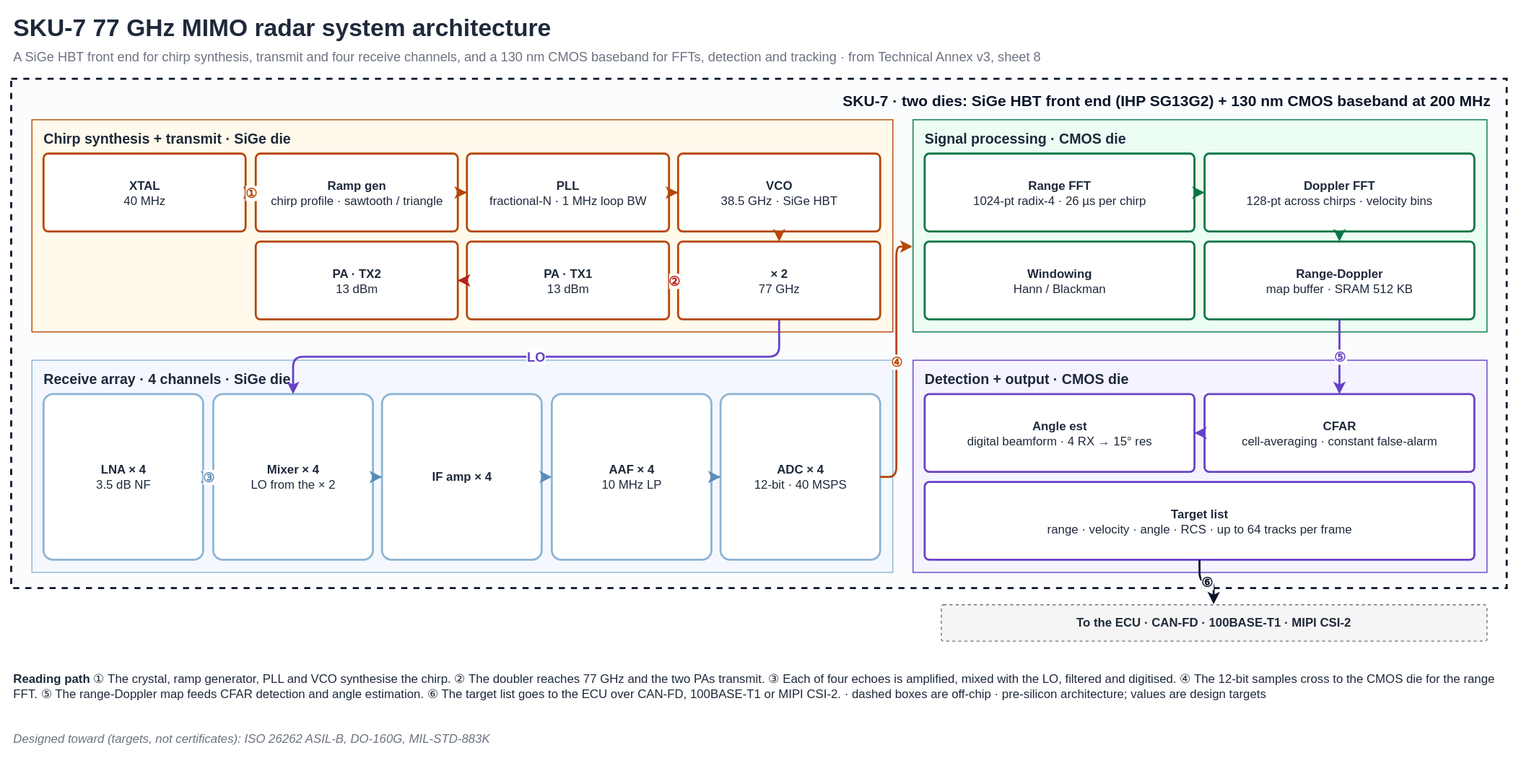
shekerkamma/deepgrid-dr-silicon-v10 keeps this draw.io diagram as public/diagrams/sku-7-architecture.svg. Above is the earlier version. Source tidied: cells renumbered, new cells last; positions are measured from the earlier drawing's top-left corner, leaving out a move shared by most shapes.
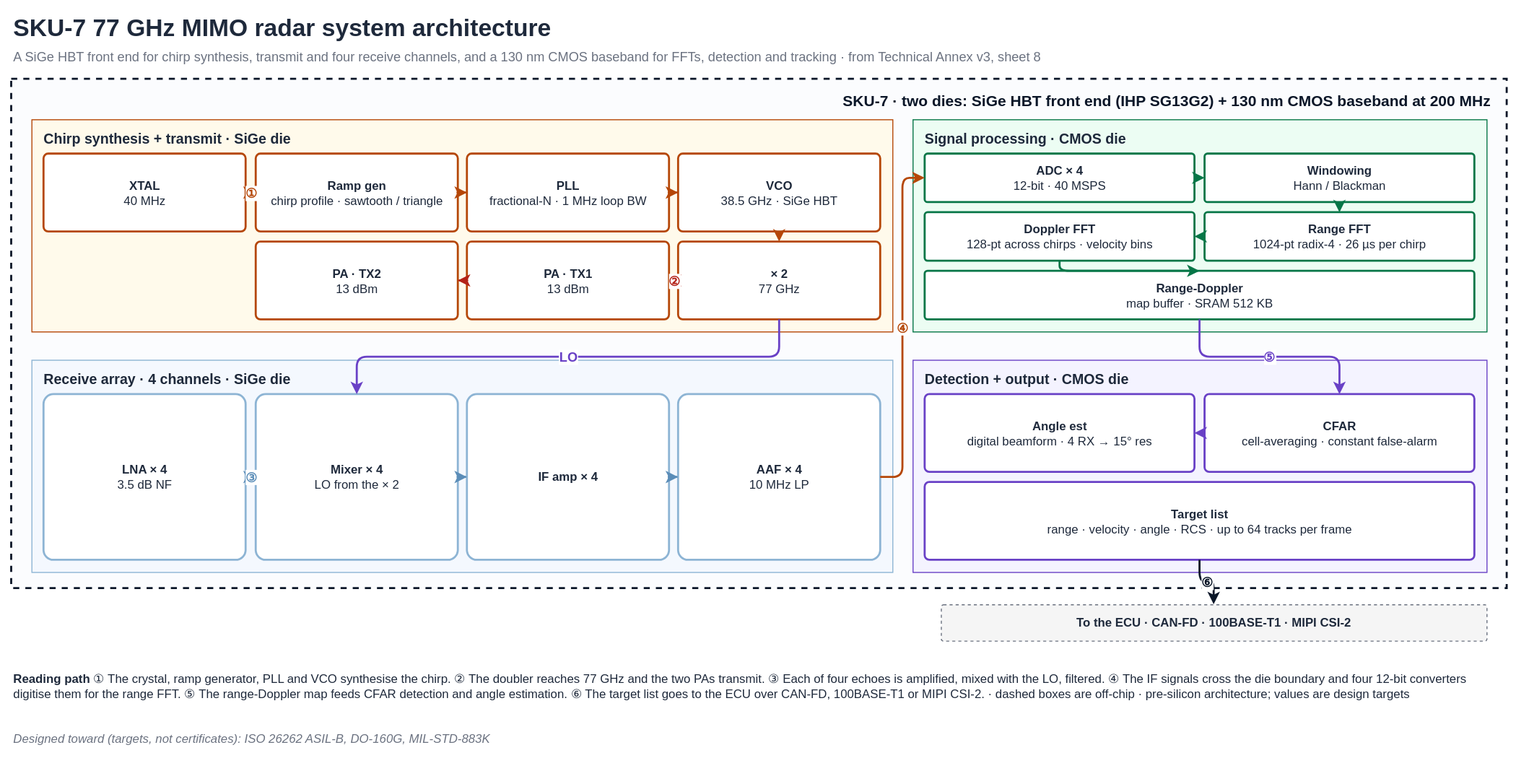
The same file after the commit.

Commit message:
fix(v6): SKU-7 converters sit on the CMOS die, as the product page states

What changed in the source:
```diff
@@ -38,35 +38,35 @@
     <mxCell id="13" value="Signal processing · CMOS die" style="rounded=0;whiteSpace=wrap;html=1;fillColor=#ECFDF3;strokeColor=#067647;verticalAlign=top;align=left;spacingLeft=10;spacingTop=4;fontSize=14;fontStyle=1;fontColor=#1E293B;" parent="1" vertex="1">
       <mxGeometry x="892" y="108" width="568" height="210" as="geometry" />
     </mxCell>
-    <mxCell id="14" value="&lt;b&gt;Range FFT&lt;/b&gt;&lt;br&gt;1024-pt radix-4 · 26 µs per chirp" style="rounded=1;whiteSpace=wrap;html=1;fillColor=#FFFFFF;strokeColor=#067647;strokeWidth=2;fontSize=12;fontColor=#1E293B;arcSize=6;" parent="1" vertex="1">
-      <mxGeometry x="904" y="142" width="267" height="77" as="geometry" />
+    <mxCell id="14" value="&lt;b&gt;ADC × 4&lt;/b&gt;&lt;br&gt;12-bit · 40 MSPS" style="rounded=1;whiteSpace=wrap;html=1;fillColor=#FFFFFF;strokeColor=#067647;strokeWidth=2;fontSize=12;fontColor=#1E293B;arcSize=6;" parent="1" vertex="1">
+      <mxGeometry x="904" y="142" width="267" height="48" as="geometry" />
     </mxCell>
-    <mxCell id="15" value="&lt;b&gt;Doppler FFT&lt;/b&gt;&lt;br&gt;128-pt across chirps · velocity bins" style="rounded=1;whiteSpace=wrap;html=1;fillColor=#FFFFFF;strokeColor=#067647;strokeWidth=2;fontSize=12;fontColor=#1E293B;arcSize=6;" parent="1" vertex="1">
-      <mxGeometry x="1181" y="142" width="267" height="77" as="geometry" />
+    <mxCell id="15" value="&lt;b&gt;Windowing&lt;/b&gt;&lt;br&gt;Hann / Blackman" style="rounded=1;whiteSpace=wrap;html=1;fillColor=#FFFFFF;strokeColor=#067647;strokeWidth=2;fontSize=12;fontColor=#1E293B;arcSize=6;" parent="1" vertex="1">
+      <mxGeometry x="1181" y="142" width="267" height="48" as="geometry" />
     </mxCell>
-    <mxCell id="16" value="&lt;b&gt;Windowing&lt;/b&gt;&lt;br&gt;Hann / Blackman" style="rounded=1;whiteSpace=wrap;html=1;fillColor=#FFFFFF;strokeColor=#067647;strokeWidth=2;fontSize=12;fontColor=#1E293B;arcSize=6;" parent="1" vertex="1">
-      <mxGeometry x="904" y="229" width="267" height="77" as="geometry" />
+    <mxCell id="16" value="&lt;b&gt;Doppler FFT&lt;/b&gt;&lt;br&gt;128-pt across chirps · velocity bins" style="rounded=1;whiteSpace=wrap;html=1;fillColor=#FFFFFF;strokeColor=#067647;strokeWidth=2;fontSize=12;fontColor=#1E293B;arcSize=6;" parent="1" vertex="1">
+      <mxGeometry x="904" y="200" width="267" height="48" as="geometry" />
     </mxCell>
-    <mxCell id="17" value="&lt;b&gt;Range-Doppler&lt;/b&gt;&lt;br&gt;map buffer · SRAM 512 KB" style="rounded=1;whiteSpace=wrap;html=1;fillColor=#FFFFFF;strokeColor=#067647;strokeWidth=2;fontSize=12;fontColor=#1E293B;arcSize=6;" parent="1" vertex="1">
-      <mxGeometry x="1181" y="229" width="267" height="77" as="geometry" />
+    <mxCell id="17" value="&lt;b&gt;Range FFT&lt;/b&gt;&lt;br&gt;1024-pt radix-4 · 26 µs per chirp" style="rounded=1;whiteSpace=wrap;html=1;fillColor=#FFFFFF;strokeColor=#067647;strokeWidth=2;fontSize=12;fontColor=#1E293B;arcSize=6;" parent="1" vertex="1">
+      <mxGeometry x="1181" y="200" width="267" height="48" as="geometry" />
     </mxCell>
-    <mxCell id="18" value="Receive array · 4 channels · SiGe die" style="rounded=0;whiteSpace=wrap;html=1;fillColor=#F4F8FE;strokeColor=#8DB4D4;verticalAlign=top;align=left;spacingLeft=10;spacingTop=4;fontSize=14;fontStyle=1;fontColor=#1E293B;" parent="1" vertex="1">
-      <mxGeometry x="20" y="346" width="852" height="210" as="geometry" />
+    <mxCell id="18" value="&lt;b&gt;Range-Doppler&lt;/b&gt;&lt;br&gt;map buffer · SRAM 512 KB" style="rounded=1;whiteSpace=wrap;html=1;fillColor=#FFFFFF;strokeColor=#067647;strokeWidth=2;fontSize=12;fontColor=#1E293B;arcSize=6;" parent="1" vertex="1">
+      <mxGeometry x="904" y="258" width="544" height="48" as="geometry" />
     </mxCell>
-    <mxCell id="19" value="&lt;b&gt;LNA × 4&lt;/b&gt;&lt;br&gt;3.5 dB NF" style="rounded=1;whiteSpace=wrap;html=1;fillColor=#FFFFFF;strokeColor=#8DB4D4;strokeWidth=2;fontSize=12;fontColor=#1E293B;arcSize=6;" parent="1" vertex="1">
-      <mxGeometry x="32" y="380" width="158" height="164" as="geometry" />
+    <mxCell id="19" value="Receive array · 4 channels · SiGe die" style="rounded=0;whiteSpace=wrap;html=1;fillColor=#F4F8FE;strokeColor=#8DB4D4;verticalAlign=top;align=left;spacingLeft=10;spacingTop=4;fontSize=14;fontStyle=1;fontColor=#1E293B;" parent="1" vertex="1">
+      <mxGeometry x="20" y="346" width="852" height="210" as="geometry" />
     </mxCell>
-    <mxCell id="20" value="&lt;b&gt;Mixer × 4&lt;/b&gt;&lt;br&gt;LO from the × 2" style="rounded=1;whiteSpace=wrap;html=1;fillColor=#FFFFFF;strokeColor=#8DB4D4;strokeWidth=2;fontSize=12;fontColor=#1E293B;arcSize=6;" parent="1" vertex="1">
-      <mxGeometry x="200" y="380" width="158" height="164" as="geometry" />
+    <mxCell id="20" value="&lt;b&gt;LNA × 4&lt;/b&gt;&lt;br&gt;3.5 dB NF" style="rounded=1;whiteSpace=wrap;html=1;fillColor=#FFFFFF;strokeColor=#8DB4D4;strokeWidth=2;fontSize=12;fontColor=#1E293B;arcSize=6;" parent="1" vertex="1">
+      <mxGeometry x="32" y="380" width="200" height="164" as="geometry" />
     </mxCell>
-    <mxCell id="21" value="&lt;b&gt;IF amp × 4&lt;/b&gt;" style="rounded=1;whiteSpace=wrap;html=1;fillColor=#FFFFFF;strokeColor=#8DB4D4;strokeWidth=2;fontSize=12;fontColor=#1E293B;arcSize=6;" parent="1" vertex="1">
-      <mxGeometry x="367" y="380" width="158" height="164" as="geometry" />
+    <mxCell id="21" value="&lt;b&gt;Mixer × 4&lt;/b&gt;&lt;br&gt;LO from the × 2" style="rounded=1;whiteSpace=wrap;html=1;fillColor=#FFFFFF;strokeColor=#8DB4D4;strokeWidth=2;fontSize=12;fontColor=#1E293B;arcSize=6;" parent="1" vertex="1">
+      <mxGeometry x="242" y="380" width="200" height="164" as="geometry" />
     </mxCell>
-    <mxCell id="22" value="&lt;b&gt;AAF × 4&lt;/b&gt;&lt;br&gt;10 MHz LP" style="rounded=1;whiteSpace=wrap;html=1;fillColor=#FFFFFF;strokeColor=#8DB4D4;strokeWidth=2;fontSize=12;fontColor=#1E293B;arcSize=6;" parent="1" vertex="1">
-      <mxGeometry x="535" y="380" width="158" height="164" as="geometry" />
+    <mxCell id="22" value="&lt;b&gt;IF amp × 4&lt;/b&gt;" style="rounded=1;whiteSpace=wrap;html=1;fillColor=#FFFFFF;strokeColor=#8DB4D4;strokeWidth=2;fontSize=12;fontColor=#1E293B;arcSize=6;" parent="1" vertex="1">
+      <mxGeometry x="451" y="380" width="200" height="164" as="geometry" />
     </mxCell>
-    <mxCell id="23" value="&lt;b&gt;ADC × 4&lt;/b&gt;&lt;br&gt;12-bit · 40 MSPS" style="rounded=1;whiteSpace=wrap;html=1;fillColor=#FFFFFF;strokeColor=#8DB4D4;strokeWidth=2;fontSize=12;fontColor=#1E293B;arcSize=6;" parent="1" vertex="1">
-      <mxGeometry x="702" y="380" width="158" height="164" as="geometry" />
+    <mxCell id="23" value="&lt;b&gt;AAF × 4&lt;/b&gt;&lt;br&gt;10 MHz LP" style="rounded=1;whiteSpace=wrap;html=1;fillColor=#FFFFFF;strokeColor=#8DB4D4;strokeWidth=2;fontSize=12;fontColor=#1E293B;arcSize=6;" parent="1" vertex="1">
+      <mxGeometry x="660" y="380" width="200" height="164" as="geometry" />
     </mxCell>
     <mxCell id="24" value="Detection + output · CMOS die" style="rounded=0;whiteSpace=wrap;html=1;fillColor=#F4F3FF;strokeColor=#6941C6;verticalAlign=top;align=left;spacingLeft=10;spacingTop=4;fontSize=14;fontStyle=1;fontColor=#1E293B;" parent="1" vertex="1">
       <mxGeometry x="892" y="346" width="568" height="210" as="geometry" />
@@ -101,44 +101,47 @@
     <mxCell id="34" style="edgeStyle=orthogonalEdgeStyle;rounded=1;html=1;strokeColor=#B42318;strokeWidth=2;fontSize=13;fontStyle=1;fontColor=#B42318;labelBackgroundColor=#FFFFFF;" parent="1" edge="1" source="11" target="10">
       <mxGeometry relative="1" as="geometry" />
     </mxCell>
-    <mxCell id="35" value="LO" style="edgeStyle=orthogonalEdgeStyle;rounded=1;html=1;strokeColor=#6941C6;strokeWidth=2;fontSize=13;fontStyle=1;fontColor=#6941C6;labelBackgroundColor=#FFFFFF;exitX=0.5;exitY=1;entryX=0.5;entryY=0;" parent="1" edge="1" source="12" target="20">
+    <mxCell id="35" value="LO" style="edgeStyle=orthogonalEdgeStyle;rounded=1;html=1;strokeColor=#6941C6;strokeWidth=2;fontSize=13;fontStyle=1;fontColor=#6941C6;labelBackgroundColor=#FFFFFF;exitX=0.5;exitY=1;entryX=0.5;entryY=0;" parent="1" edge="1" source="12" target="21">
       <mxGeometry relative="1" as="geometry" />
     </mxCell>
-    <mxCell id="36" value="③" style="edgeStyle=orthogonalEdgeStyle;rounded=1;html=1;strokeColor=#5B8DB8;strokeWidth=2;fontSize=13;fontStyle=1;fontColor=#5B8DB8;labelBackgroundColor=#FFFFFF;" parent="1" edge="1" source="19" target="20">
+    <mxCell id="36" value="③" style="edgeStyle=orthogonalEdgeStyle;rounded=1;html=1;strokeColor=#5B8DB8;strokeWidth=2;fontSize=13;fontStyle=1;fontColor=#5B8DB8;labelBackgroundColor=#FFFFFF;" parent="1" edge="1" source="20" target="21">
       <mxGeometry relative="1" as="geometry" />
     </mxCell>
-    <mxCell id="37" style="edgeStyle=orthogonalEdgeStyle;rounded=1;html=1;strokeColor=#5B8DB8;strokeWidth=2;fontSize=13;fontStyle=1;fontColor=#5B8DB8;labelBackgroundColor=#FFFFFF;" parent="1" edge="1" source="20" target="21">
+    <mxCell id="37" style="edgeStyle=orthogonalEdgeStyle;rounded=1;html=1;strokeColor=#5B8DB8;strokeWidth=2;fontSize=13;fontStyle=1;fontColor=#5B8DB8;labelBackgroundColor=#FFFFFF;" parent="1" edge="1" source="21" target="22">
       <mxGeometry relative="1" as="geometry" />
     </mxCell>
-    <mxCell id="38" style="edgeStyle=orthogonalEdgeStyle;rounded=1;html=1;strokeColor=#5B8DB8;strokeWidth=2;fontSize=13;fontStyle=1;fontColor=#5B8DB8;labelBackgroundColor=#FFFFFF;" parent="1" edge="1" source="21" target="22">
+    <mxCell id="38" style="edgeStyle=orthogonalEdgeStyle;rounded=1;html=1;strokeColor=#5B8DB8;strokeWidth=2;fontSize=13;fontStyle=1;fontColor=#5B8DB8;labelBackgroundColor=#FFFFFF;" parent="1" edge="1" source="22" target="23">
       <mxGeometry relative="1" as="geometry" />
     </mxCell>
-    <mxCell id="39" style="edgeStyle=orthogonalEdgeStyle;rounded=1;html=1;strokeColor=#5B8DB8;strokeWidth=2;fontSize=13;fontStyle=1;fontColor=#5B8DB8;labelBackgroundColor=#FFFFFF;" parent="1" edge="1" source="22" target="23">
+    <mxCell id="39" value="④" style="edgeStyle=orthogonalEdgeStyle;rounded=1;html=1;strokeColor=#B54708;strokeWidth=2;fontSize=13;fontStyle=1;fontColor=#B54708;labelBackgroundColor=#FFFFFF;exitX=1;exitY=0.5;entryX=0;entryY=0.5;" parent="1" edge="1" source="23" target="14">
       <mxGeometry relative="1" as="geometry" />
     </mxCell>
-    <mxCell id="40" value="④" style="edgeStyle=orthogonalEdgeStyle;rounded=1;html=1;strokeColor=#B54708;strokeWidth=2;fontSize=13;fontStyle=1;fontColor=#B54708;labelBackgroundColor=#FFFFFF;exitX=1;exitY=0.5;entryX=0;entryY=0.6;" parent="1" edge="1" source="23" target="13">
+    <mxCell id="40" style="edgeStyle=orthogonalEdgeStyle;rounded=1;html=1;strokeColor=#067647;strokeWidth=2;fontSize=13;fontStyle=1;fontColor=#067647;labelBackgroundColor=#FFFFFF;" parent="1" edge="1" source="14" target="15">
       <mxGeometry relative="1" as="geometry" />
     </mxCell>
-    <mxCell id="41" style="edgeStyle=orthogonalEdgeStyle;rounded=1;html=1;strokeColor=#067647;strokeWidth=2;fontSize=13;fontStyle=1;fontColor=#067647;labelBackgroundColor=#FFFFFF;" parent="1" edge="1" source="14" target="15">
+    <mxCell id="41" style="edgeStyle=orthogonalEdgeStyle;rounded=1;html=1;strokeColor=#067647;strokeWidth=2;fontSize=13;fontStyle=1;fontColor=#067647;labelBackgroundColor=#FFFFFF;" parent="1" edge="1" source="15" target="17">
       <mxGeometry relative="1" as="geometry" />
     </mxCell>
-    <mxCell id="42" style="edgeStyle=orthogonalEdgeStyle;rounded=1;html=1;strokeColor=#067647;strokeWidth=2;fontSize=13;fontStyle=1;fontColor=#067647;labelBackgroundColor=#FFFFFF;" parent="1" edge="1" source="15" target="17">
+    <mxCell id="42" style="edgeStyle=orthogonalEdgeStyle;rounded=1;html=1;strokeColor=#067647;strokeWidth=2;fontSize=13;fontStyle=1;fontColor=#067647;labelBackgroundColor=#FFFFFF;" parent="1" edge="1" source="17" target="16">
       <mxGeometry relative="1" as="geometry" />
     </mxCell>
-    <mxCell id="43" value="⑤" style="edgeStyle=orthogonalEdgeStyle;rounded=1;html=1;strokeColor=#6941C6;strokeWidth=2;fontSize=13;fontStyle=1;fontColor=#6941C6;labelBackgroundColor=#FFFFFF;" parent="1" edge="1" source="17" target="26">
+    <mxCell id="43" style="edgeStyle=orthogonalEdgeStyle;rounded=1;html=1;strokeColor=#067647;strokeWidth=2;fontSize=13;fontStyle=1;fontColor=#067647;labelBackgroundColor=#FFFFFF;" parent="1" edge="1" source="16" target="18">
       <mxGeometry relative="1" as="geometry" />
     </mxCell>
-    <mxCell id="44" style="edgeStyle=orthogonalEdgeStyle;rounded=1;html=1;strokeColor=#6941C6;strokeWidth=2;fontSize=13;fontStyle=1;fontColor=#6941C6;labelBackgroundColor=#FFFFFF;" parent="1" edge="1" source="26" target="25">
+    <mxCell id="44" value="⑤" style="edgeStyle=orthogonalEdgeStyle;rounded=1;html=1;strokeColor=#6941C6;strokeWidth=2;fontSize=13;fontStyle=1;fontColor=#6941C6;labelBackgroundColor=#FFFFFF;" parent="1" edge="1" source="18" target="26">
       <mxGeometry relative="1" as="geometry" />
     </mxCell>
-    <mxCell id="45" value="⑥" style="edgeStyle=orthogonalEdgeStyle;rounded=1;html=1;strokeColor=#0A1628;strokeWidth=2;fontSize=13;fontStyle=1;fontColor=#0A1628;labelBackgroundColor=#FFFFFF;" parent="1" edge="1" source="27" target="28">
+    <mxCell id="45" style="edgeStyle=orthogonalEdgeStyle;rounded=1;html=1;strokeColor=#6941C6;strokeWidth=2;fontSize=13;fontStyle=1;fontColor=#6941C6;labelBackgroundColor=#FFFFFF;" parent="1" edge="1" source="26" target="25">
       <mxGeometry relative="1" as="geometry" />
     </mxCell>
-    <mxCell id="46" value="&lt;b&gt;Reading path&lt;/b&gt;   ①  The crystal, ramp generator, PLL and VCO synthesise the chirp.   ②  The doubler reaches 77 GHz and the two PAs transmit.   ③  Each of four echoes is amplified, mixed with the LO, filtered and digitised.   ④  The 12-bit samples cross to the CMOS die for the range FFT.   ⑤  The range-Doppler map feeds CFAR detection and angle estimation.   ⑥  The target list goes to the ECU over CAN-FD, 100BASE-T1 or MIPI CSI-2.   ·   dashed boxes are off-chip   ·   pre-silicon architecture; values are design targets" style="text;html=1;align=left;verticalAlign=middle;whiteSpace=wrap;fontSize=12;fontColor=#1E293B;" parent="1" vertex="1">
-      <mxGeometry y="640" width="1480" height="58" as="geometry" />
+    <mxCell id="46" value="⑥" style="edgeStyle=orthogonalEdgeStyle;rounded=1;html=1;strokeColor=#0A1628;strokeWidth=2;fontSize=13;fontStyle=1;fontColor=#0A1628;labelBackgroundColor=#FFFFFF;" parent="1" edge="1" source="27" target="28">
+      <mxGeometry relative="1" as="geometry" />
     </mxCell>
-    <mxCell id="47" value="Designed toward (targets, not certificates): ISO 26262 ASIL-B, DO-160G, MIL-STD-883K" style="text;html=1;align=left;verticalAlign=middle;whiteSpace=wrap;fontSize=12;fontColor=#6B7280;fontStyle=2;" parent="1" vertex="1">
-      <mxGeometry y="710" width="1480" height="22" as="geometry" />
+    <mxCell id="47" value="&lt;b&gt;Reading path&lt;/b&gt;   ①  The crystal, ramp generator, PLL and VCO synthesise the chirp.   ②  The doubler reaches 77 GHz and the two PAs transmit.   ③  Each of four echoes is amplified, mixed with the LO, filtered.   ④  The IF signals cross the die boundary and four 12-bit converters digitise them for the range FFT.   ⑤  The range-Doppler map feeds CFAR detection and angle estimation.   ⑥  The target list goes to the ECU over CAN-FD, 100BASE-T1 or MIPI CSI-2.   ·   dashed boxes are off-chip   ·   pre-silicon architecture; values are design targets" style="text;html=1;align=left;verticalAlign=middle;whiteSpace=wrap;fontSize=12;fontColor=#1E293B;" parent="1" vertex="1">
+      <mxGeometry y="640" width="1480" height="58" as="geometry" />
     </mxCell>
+    <mxCell id="48" value="Designed toward (targets, not certificates): ISO 26262 ASIL-B, DO-160G, MIL-STD-883K" style="text;html=1;align=left;verticalAlign=middle;whiteSpace=wrap;fontSize=12;fontColor=#6B7280;fontStyle=2;" parent="1" vertex="1">
+      <mxGeometry y="710" width="1480" height="22" as="geometry" />
+    </mxCell>
   </root>
 </mxGraphModel>
```
